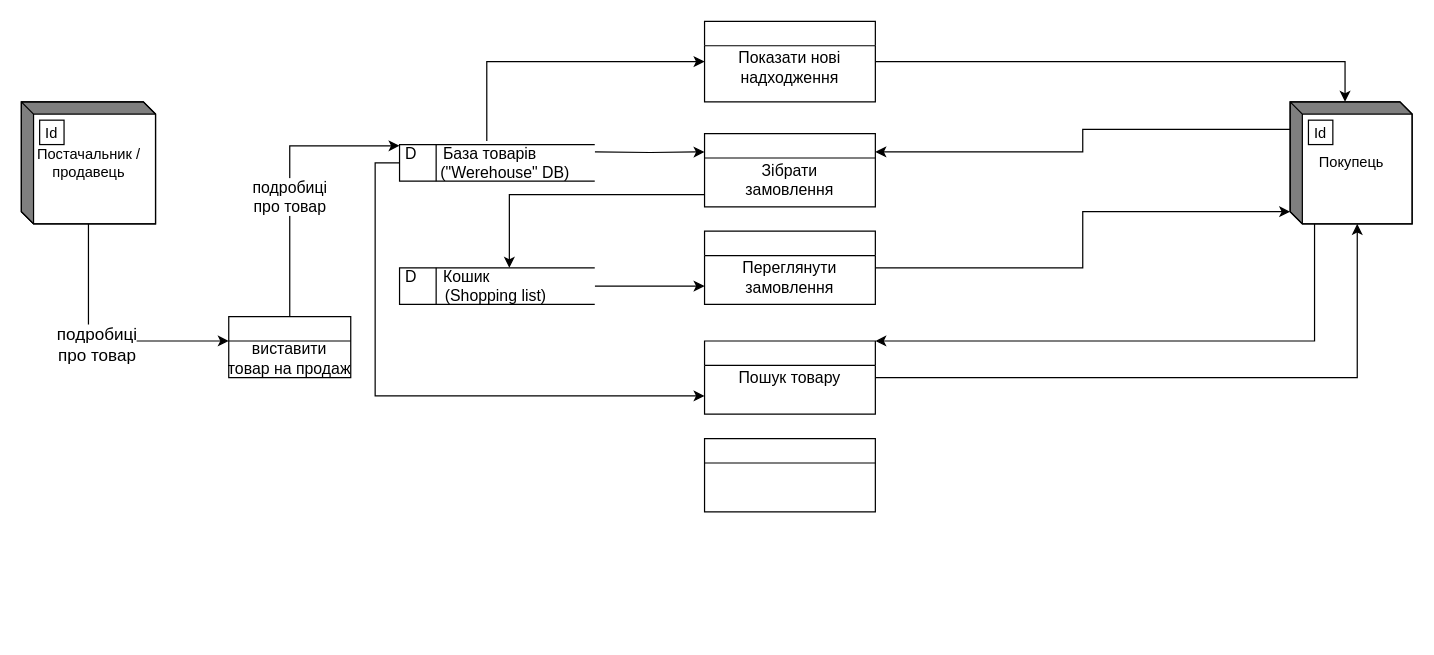
This is page "Page-2" (2 of 2) of FolderD/Untitled Diagram.drawio from Shylo-Ivan-MIT/diagrams, a draw.io file, before an edit. Source tidied: cells renumbered, new cells numbered last; positions are measured from the earlier drawing's top-left corner, leaving out a move shared by most shapes. Both pictures are drawn from the tidied source at 122%, with x=0, y=0 at pixel (21, 21).
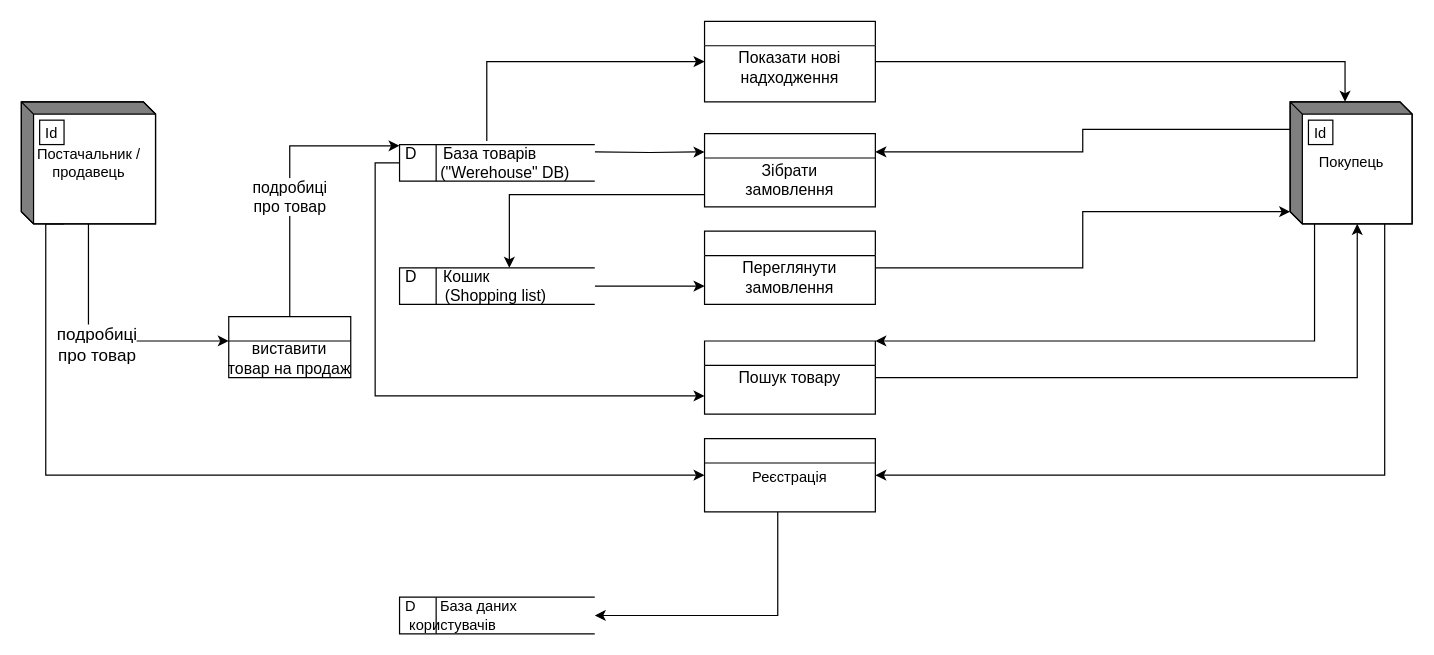
The same diagram, later.

Unchanged cells that the change refers to:
```xml
<mxCell id="12" value="Постачальник /&lt;br&gt;продавець" style="html=1;dashed=0;whitespace=wrap;shape=mxgraph.dfd.externalEntity;" parent="1" vertex="1">
  <mxGeometry y="66" width="110" height="100" as="geometry" />
</mxCell>
<mxCell id="16" value="Покупець" style="html=1;dashed=0;whitespace=wrap;shape=mxgraph.dfd.externalEntity;" parent="1" vertex="1">
  <mxGeometry x="1040" y="66" width="100" height="100" as="geometry" />
</mxCell>
```

What changed in the source:
```diff
@@
+    <mxCell id="28" style="edgeStyle=orthogonalEdgeStyle;rounded=0;jettySize=auto;html=1;exitX=0;exitY=0;exitDx=35;exitDy=100;exitPerimeter=0;entryX=0;entryY=0.5;entryDx=0;entryDy=0;" parent="1" edge="1" source="12" target="24">
+      <mxGeometry relative="1" as="geometry">
+        <Array as="points">
+          <mxPoint x="20" y="166" />
+          <mxPoint x="20" y="372" />
+        </Array>
+      </mxGeometry>
+    </mxCell>
@@
+    <mxCell id="29" style="edgeStyle=orthogonalEdgeStyle;rounded=0;jettySize=auto;html=1;exitX=0;exitY=0;exitDx=77.5;exitDy=100;exitPerimeter=0;entryX=1;entryY=0.5;entryDx=0;entryDy=0;" parent="1" edge="1" source="16" target="24">
+      <mxGeometry relative="1" as="geometry" />
+    </mxCell>
@@
+    <mxCell id="30" style="edgeStyle=orthogonalEdgeStyle;rounded=0;jettySize=auto;html=1;entryX=1;entryY=0.5;entryDx=0;entryDy=0;" parent="1" edge="1" source="24" target="31">
+      <mxGeometry relative="1" as="geometry">
+        <Array as="points">
+          <mxPoint x="620" y="487" />
+        </Array>
+      </mxGeometry>
+    </mxCell>
-    <mxCell id="24" style="swimlane;fontStyle=0;horizontal=1;startSize=20;fillColor=#ffffff;swimlaneFillColor=#ffffff;" parent="1" vertex="1">
+    <mxCell id="24" value="&#10;&#10;&#10;Реєстрація" style="swimlane;fontStyle=0;horizontal=1;startSize=20;fillColor=#ffffff;swimlaneFillColor=#ffffff;" parent="1" vertex="1">
       <mxGeometry x="560" y="342" width="140" height="60" as="geometry" />
     </mxCell>
@@
+    <mxCell id="31" value="D&amp;nbsp; &amp;nbsp; &amp;nbsp; База даних &lt;br&gt;&lt;span style=&quot;white-space: pre&quot;&gt; &lt;/span&gt;користувачів" style="html=1;dashed=0;whitespace=wrap;shape=mxgraph.dfd.dataStoreID;align=left;spacingLeft=3;points=[[0,0],[0.5,0],[1,0],[0,0.5],[1,0.5],[0,1],[0.5,1],[1,1]];" parent="1" vertex="1">
+      <mxGeometry x="310" y="472" width="160" height="30" as="geometry" />
+    </mxCell>
```
